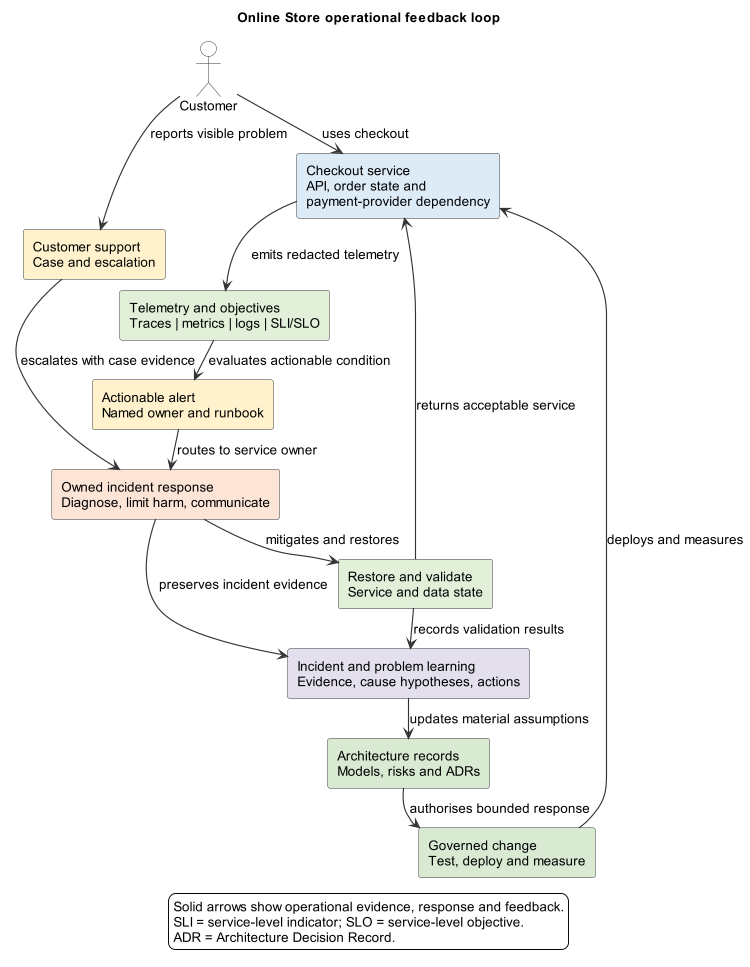
This is diagrams/exported/png/FIG-29-01-online-store-operational-feedback-loop.png from nishikanttiwari01/Architecture_Modelling, a PlantUML export, as it was before one commit.
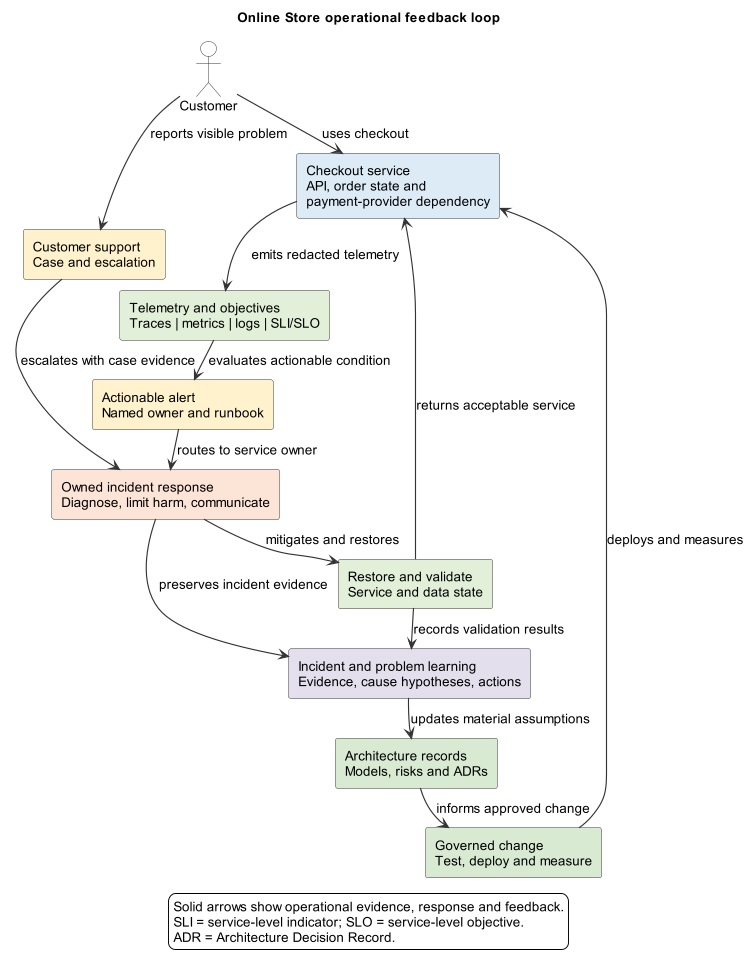
After the change.

Diff of the diagram source:
```diff
@@ -27,7 +27,7 @@
 Response --> Learn : preserves incident evidence
 Restore --> Learn : records validation results
 Learn --> Architecture : updates material assumptions
-Architecture --> Change : authorises bounded response
+Architecture --> Change : informs approved change
 Change --> Service : deploys and measures
 legend bottom
 Solid arrows show operational evidence, response and feedback.
```
